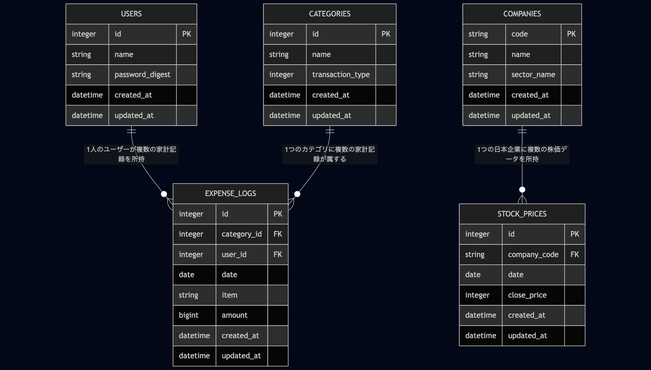
Earlier version of the Mermaid export document/img/er_diagram.png (poppuko-n/MoneyManagement). Its source is kept beside it as document/img/er_diagram.mmd.
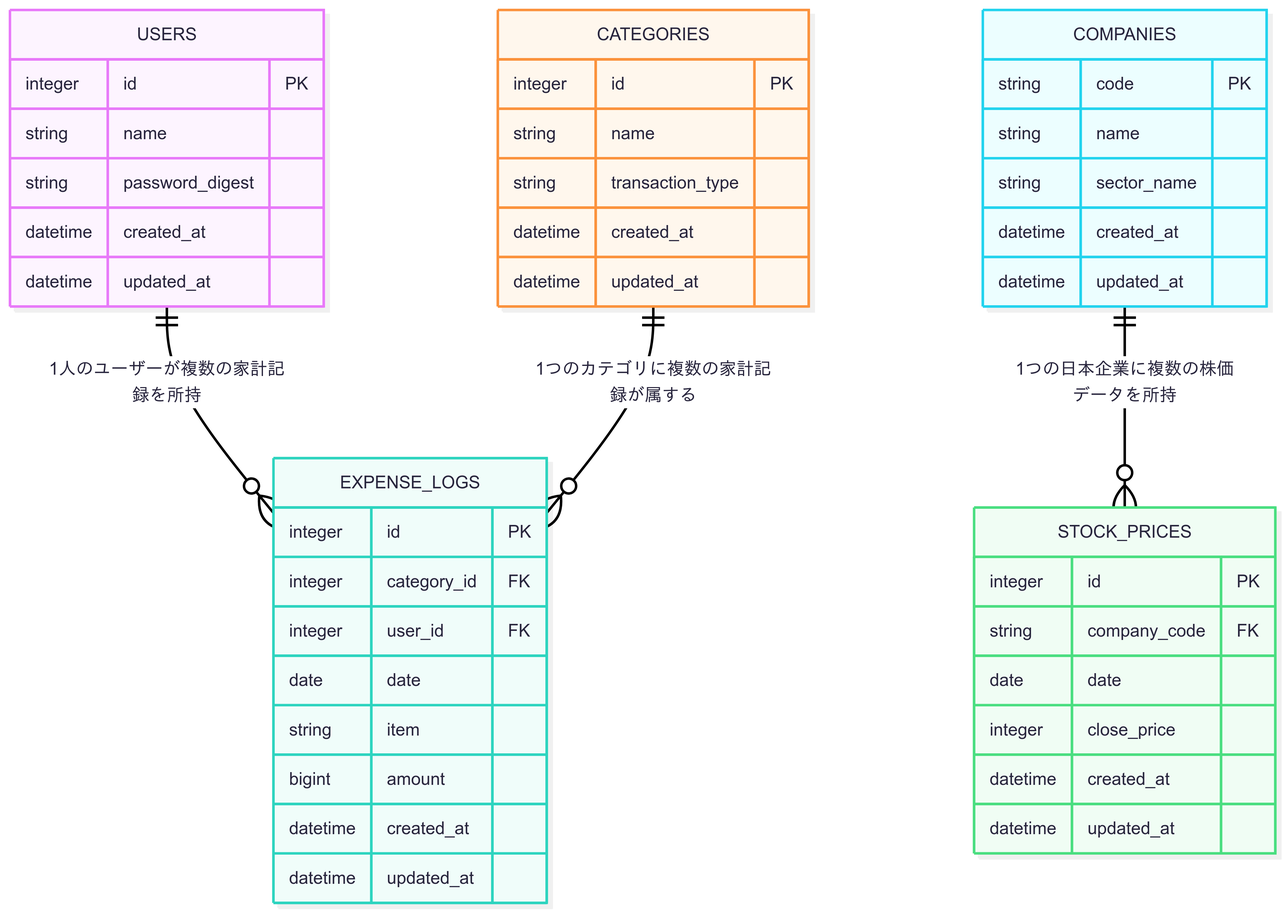
After the commit.

What changed in the source:
```diff
@@ -14,7 +14,7 @@
   CATEGORIES {
     integer id PK
     string name
-    integer transaction_type
+    string transaction_type
     datetime created_at
     datetime updated_at
   }
```
